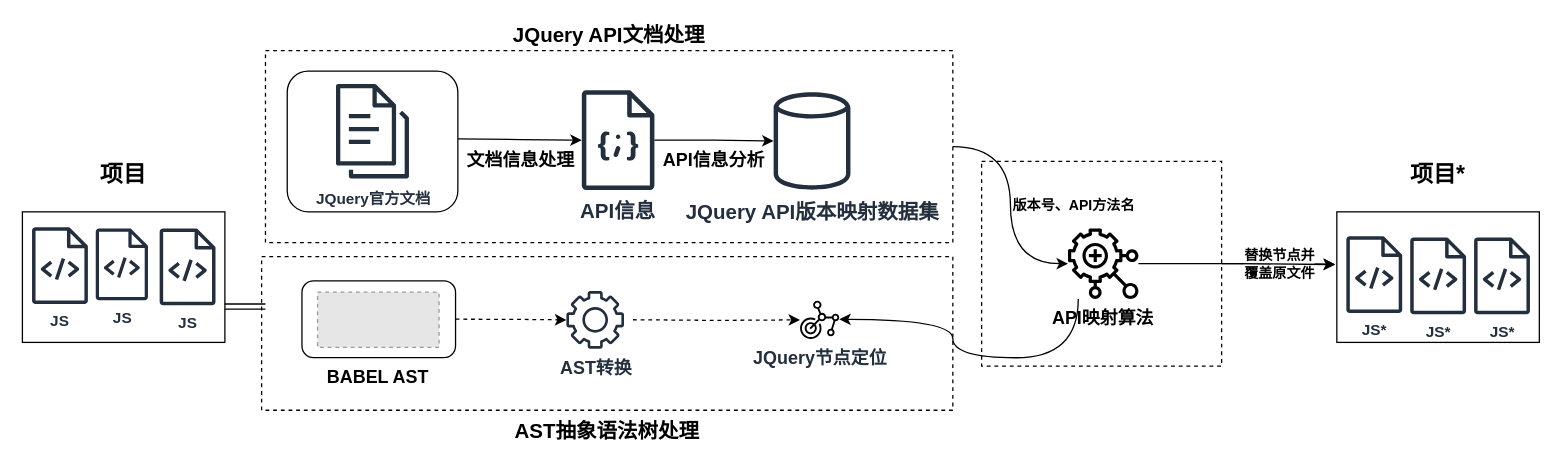
DramaAaron/DramaAaron.github.io keeps this draw.io diagram as images/未命名绘图.drawio. Above is the earlier version. Source tidied: cells renumbered, new cells numbered last; positions are measured from the earlier drawing's top-left corner, leaving out a move shared by most shapes. Both pictures are drawn from the tidied source at 128%, with x=0, y=0 at pixel (22, 50). Pictures stored in the file or linked from it are replaced by grey dashed boxes.
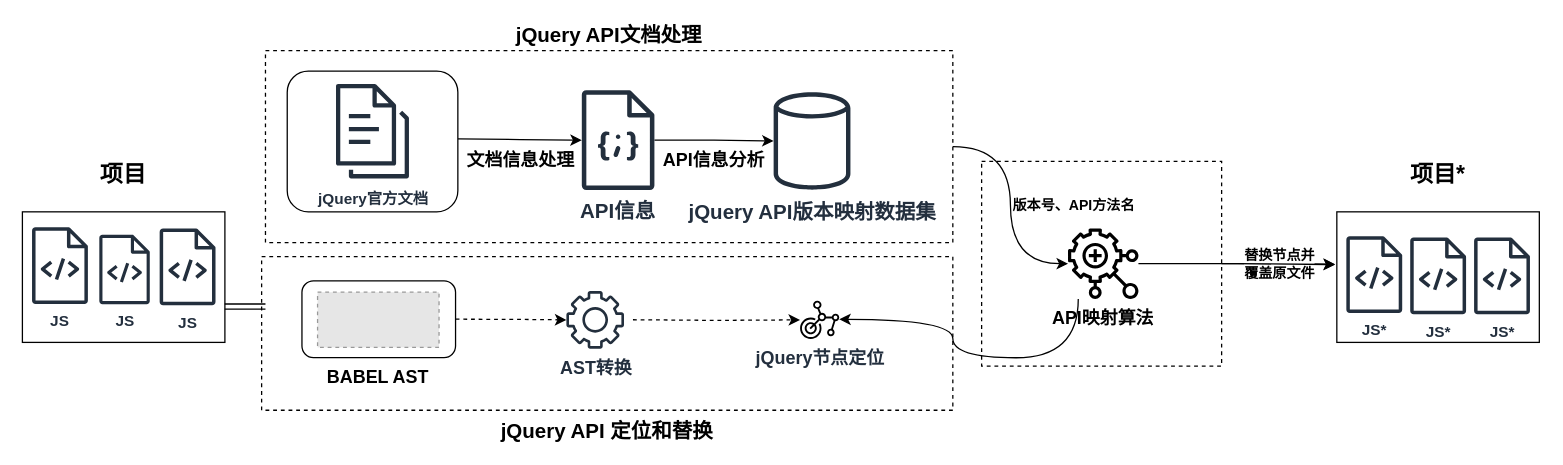
After the change.

Commit message:
更新未命名绘图.drawio

Change to the diagram source:
```diff
@@
-    <mxCell id="2" value="AST抽象语法树处理" style="rounded=0;whiteSpace=wrap;html=1;dashed=1;fontStyle=1;fontSize=16;labelPosition=center;verticalLabelPosition=bottom;align=center;verticalAlign=top;" parent="1" vertex="1">
+    <mxCell id="2" value="jQuery API 定位和替换" style="rounded=0;whiteSpace=wrap;html=1;dashed=1;fontStyle=1;fontSize=16;labelPosition=center;verticalLabelPosition=bottom;align=center;verticalAlign=top;" parent="1" vertex="1">
       <mxGeometry x="186.9" y="161" width="540" height="120" as="geometry" />
     </mxCell>
@@
-    <mxCell id="8" value="JQuery API文档处理" style="rounded=0;whiteSpace=wrap;html=1;dashed=1;fontStyle=1;fontSize=16;labelPosition=center;verticalLabelPosition=top;align=center;verticalAlign=bottom;" parent="1" vertex="1">
+    <mxCell id="8" value="jQuery API文档处理" style="rounded=0;whiteSpace=wrap;html=1;dashed=1;fontStyle=1;fontSize=16;labelPosition=center;verticalLabelPosition=top;align=center;verticalAlign=bottom;" parent="1" vertex="1">
       <mxGeometry x="189.9" width="537" height="150" as="geometry" />
     </mxCell>
@@
-    <mxCell id="12" value="JQuery官方文档" style="sketch=0;fontColor=#232F3E;gradientColor=none;fillColor=#232F3D;strokeColor=none;dashed=0;verticalLabelPosition=bottom;verticalAlign=top;align=center;html=1;fontSize=12;fontStyle=1;shape=mxgraph.aws4.documents3;" parent="1" vertex="1">
+    <mxCell id="12" value="jQuery官方文档" style="sketch=0;fontColor=#232F3E;gradientColor=none;fillColor=#232F3D;strokeColor=none;dashed=0;verticalLabelPosition=bottom;verticalAlign=top;align=center;html=1;fontSize=12;fontStyle=1;shape=mxgraph.aws4.documents3;" parent="1" vertex="1">
       <mxGeometry x="245" y="24" width="57" height="78" as="geometry" />
     </mxCell>
     <mxCell id="13" value="JS" style="sketch=0;fontColor=#232F3E;gradientColor=none;fillColor=#232F3D;strokeColor=default;dashed=0;verticalLabelPosition=bottom;verticalAlign=top;align=center;html=1;fontSize=12;fontStyle=1;shape=mxgraph.aws4.source_code;strokeWidth=1;labelPosition=center;" parent="1" vertex="1">
-      <mxGeometry x="57.2" y="139" width="41" height="56.1" as="geometry" />
+      <mxGeometry x="60" y="143.9" width="39.6" height="54.2" as="geometry" />
     </mxCell>
-    <mxCell id="14" value="JQuery API版本映射数据集" style="sketch=0;outlineConnect=0;fontColor=#232F3E;gradientColor=none;fillColor=#232F3D;strokeColor=none;dashed=0;verticalLabelPosition=bottom;verticalAlign=top;align=center;html=1;fontSize=16;fontStyle=1;shape=mxgraph.aws4.generic_database;" parent="1" vertex="1">
+    <mxCell id="14" value="jQuery API版本映射数据集" style="sketch=0;outlineConnect=0;fontColor=#232F3E;gradientColor=none;fillColor=#232F3D;strokeColor=none;dashed=0;verticalLabelPosition=bottom;verticalAlign=top;align=center;html=1;fontSize=16;fontStyle=1;shape=mxgraph.aws4.generic_database;" parent="1" vertex="1">
       <mxGeometry x="586.9" y="31" width="60" height="79.3" as="geometry" />
     </mxCell>
@@
-    <mxCell id="25" value="JQuery节点定位" style="sketch=0;outlineConnect=0;fontColor=#232F3E;gradientColor=none;fillColor=#000000;strokeColor=none;dashed=0;verticalLabelPosition=bottom;verticalAlign=top;align=center;html=1;fontSize=14;fontStyle=1;shape=mxgraph.aws4.pinpoint_journey;" parent="1" vertex="1">
+    <mxCell id="25" value="jQuery节点定位" style="sketch=0;outlineConnect=0;fontColor=#232F3E;gradientColor=none;fillColor=#000000;strokeColor=none;dashed=0;verticalLabelPosition=bottom;verticalAlign=top;align=center;html=1;fontSize=14;fontStyle=1;shape=mxgraph.aws4.pinpoint_journey;" parent="1" vertex="1">
       <mxGeometry x="607.3" y="195.4" width="31.1" height="29.9" as="geometry" />
     </mxCell>
```
